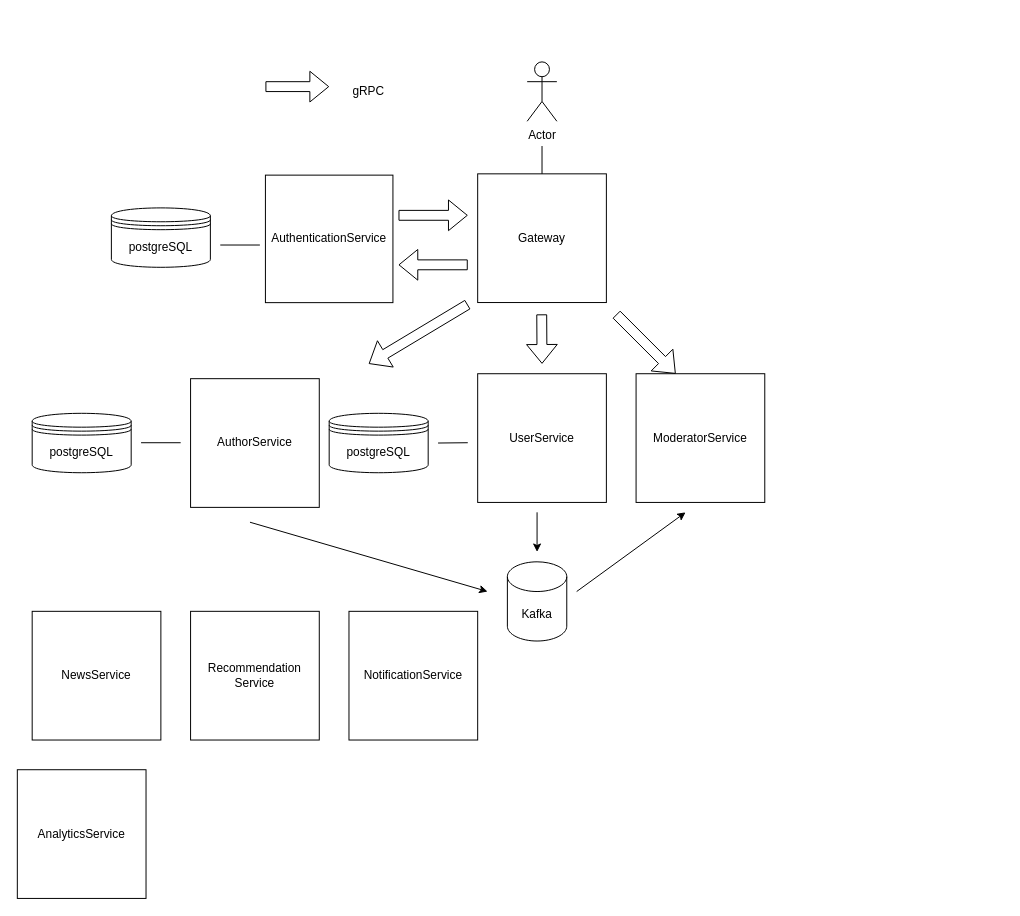
This is diagram.drawio from FreeLibraryApplication/description, a draw.io file, before an edit. Source tidied: cells renumbered, new cells numbered last; positions are measured from the earlier drawing's top-left corner, leaving out a move shared by most shapes. Both pictures are drawn from the tidied source at 99%, with x=0, y=0 at pixel (17, 61).
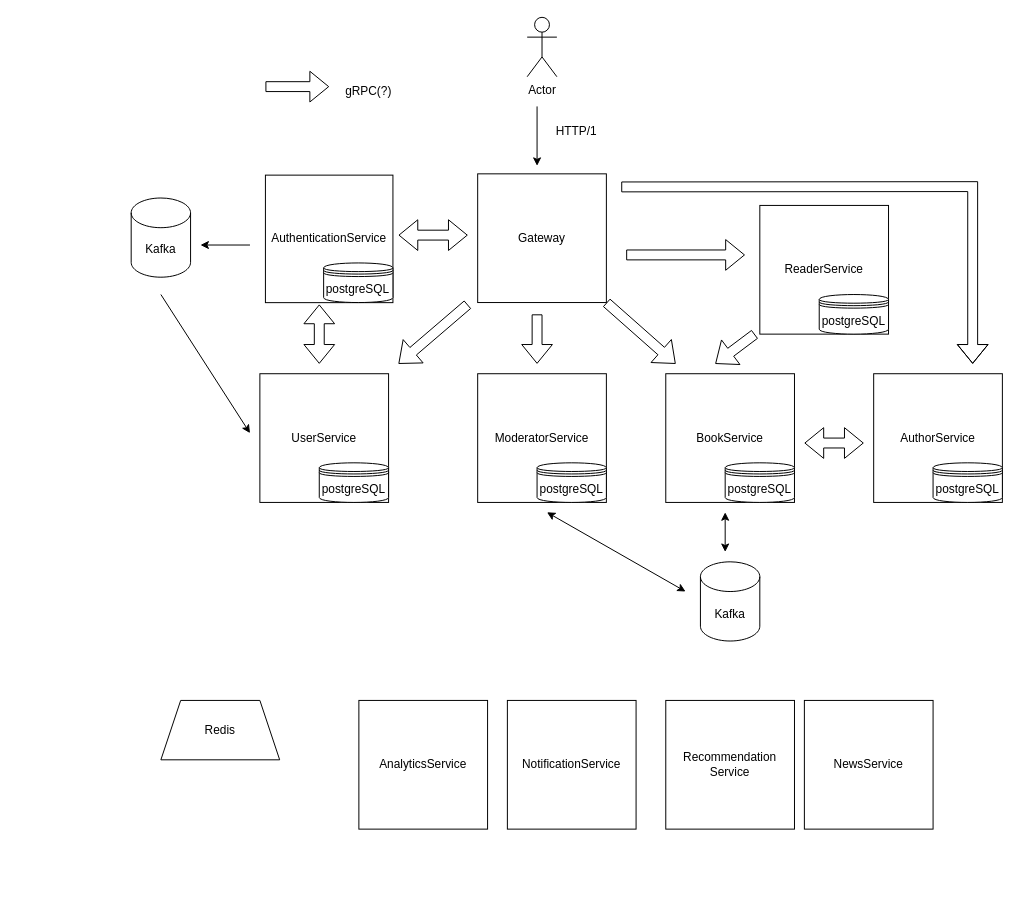
The same diagram, later.

Unchanged cells that the change refers to:
```xml
<mxCell id="2" value="Gateway" style="whiteSpace=wrap;html=1;" parent="1" vertex="1">
  <mxGeometry x="465" y="113.1" width="130" height="130" as="geometry" />
</mxCell>
```

Diff of the diagram source:
```diff
@@
-    <mxCell id="5" style="shape=flexArrow;endArrow=classic;html=1;rounded=0;" parent="1" edge="1">
-      <mxGeometry relative="1" as="geometry">
-        <mxPoint x="455" y="205" as="sourcePoint" />
-        <mxPoint x="385" y="205" as="targetPoint" />
-      </mxGeometry>
-    </mxCell>
-    <mxCell id="6" style="shape=flexArrow;endArrow=classic;html=1;rounded=0;" parent="1" edge="1">
-      <mxGeometry relative="1" as="geometry">
-        <mxPoint x="385" y="155" as="sourcePoint" />
-        <mxPoint x="455" y="155" as="targetPoint" />
-      </mxGeometry>
-    </mxCell>
@@
-    <mxCell id="8" value="gRPC" style="text;html=1;align=center;verticalAlign=middle;whiteSpace=wrap;rounded=0;" parent="1" vertex="1">
+    <mxCell id="8" value="gRPC(?)" style="text;html=1;align=center;verticalAlign=middle;whiteSpace=wrap;rounded=0;" parent="1" vertex="1">
       <mxGeometry x="325" y="15" width="60" height="30" as="geometry" />
     </mxCell>
     <mxCell id="9" value="UserService" style="whiteSpace=wrap;html=1;" parent="1" vertex="1">
-      <mxGeometry x="465" y="315" width="130" height="130" as="geometry" />
+      <mxGeometry x="245" y="315" width="130" height="130" as="geometry" />
     </mxCell>
-    <mxCell id="10" value="postgreSQL" style="shape=datastore;whiteSpace=wrap;html=1;" parent="1" vertex="1">
-      <mxGeometry x="95" y="147.5" width="100" height="60" as="geometry" />
-    </mxCell>
-    <mxCell id="11" style="endArrow=none;html=1;rounded=0;" parent="1" edge="1">
-      <mxGeometry relative="1" as="geometry">
-        <mxPoint x="205" y="185" as="sourcePoint" />
-        <mxPoint x="245" y="185" as="targetPoint" />
-      </mxGeometry>
-    </mxCell>
     <mxCell id="12" value="AuthorService" style="whiteSpace=wrap;html=1;" parent="1" vertex="1">
-      <mxGeometry x="175" y="320" width="130" height="130" as="geometry" />
+      <mxGeometry x="865" y="315" width="130" height="130" as="geometry" />
     </mxCell>
     <mxCell id="13" value="ModeratorService" style="whiteSpace=wrap;html=1;" parent="1" vertex="1">
-      <mxGeometry x="625" y="315" width="130" height="130" as="geometry" />
+      <mxGeometry x="465" y="315" width="130" height="130" as="geometry" />
     </mxCell>
     <mxCell id="14" value="Actor" style="shape=umlActor;verticalLabelPosition=bottom;verticalAlign=top;html=1;" parent="1" vertex="1">
-      <mxGeometry x="515" width="30" height="60" as="geometry" />
+      <mxGeometry x="515" y="-45" width="30" height="60" as="geometry" />
     </mxCell>
-    <mxCell id="15" style="endArrow=none;html=1;rounded=0;exitX=0.5;exitY=0;exitDx=0;exitDy=0;" parent="1" edge="1" source="2">
-      <mxGeometry relative="1" as="geometry">
-        <mxPoint x="530" y="85" as="targetPoint" />
-      </mxGeometry>
-    </mxCell>
-    <mxCell id="16" style="shape=flexArrow;endArrow=classic;html=1;rounded=0;" parent="1" edge="1">
-      <mxGeometry relative="1" as="geometry">
-        <mxPoint x="529.7" y="255" as="sourcePoint" />
-        <mxPoint x="530" y="305" as="targetPoint" />
-      </mxGeometry>
-    </mxCell>
-    <mxCell id="17" style="shape=flexArrow;endArrow=classic;html=1;rounded=0;" parent="1" edge="1">
-      <mxGeometry relative="1" as="geometry">
-        <mxPoint x="455" y="245" as="sourcePoint" />
-        <mxPoint x="355" y="305" as="targetPoint" />
-      </mxGeometry>
-    </mxCell>
-    <mxCell id="18" style="shape=flexArrow;endArrow=classic;html=1;rounded=0;" parent="1" edge="1">
-      <mxGeometry relative="1" as="geometry">
-        <mxPoint x="605" y="255" as="sourcePoint" />
-        <mxPoint x="665" y="315" as="targetPoint" />
-      </mxGeometry>
-    </mxCell>
     <mxCell id="19" value="Kafka" style="shape=cylinder3;whiteSpace=wrap;html=1;boundedLbl=1;backgroundOutline=1;size=15;" parent="1" vertex="1">
-      <mxGeometry x="495" y="505" width="60" height="80" as="geometry" />
+      <mxGeometry x="690" y="505" width="60" height="80" as="geometry" />
     </mxCell>
-    <mxCell id="20" style="endArrow=classic;html=1;rounded=0;" parent="1" edge="1">
-      <mxGeometry relative="1" as="geometry">
-        <mxPoint x="235" y="465" as="sourcePoint" />
-        <mxPoint x="475" y="535" as="targetPoint" />
-      </mxGeometry>
-    </mxCell>
-    <mxCell id="21" style="endArrow=classic;html=1;rounded=0;" parent="1" edge="1">
-      <mxGeometry relative="1" as="geometry">
-        <mxPoint x="525" y="455" as="sourcePoint" />
-        <mxPoint x="525" y="495" as="targetPoint" />
-      </mxGeometry>
-    </mxCell>
-    <mxCell id="22" style="endArrow=classic;html=1;rounded=0;" parent="1" edge="1">
-      <mxGeometry relative="1" as="geometry">
-        <mxPoint x="565" y="535" as="sourcePoint" />
-        <mxPoint x="675" y="455" as="targetPoint" />
-      </mxGeometry>
-    </mxCell>
-    <mxCell id="23" value="postgreSQL" style="shape=datastore;whiteSpace=wrap;html=1;" parent="1" vertex="1">
-      <mxGeometry x="15" y="355" width="100" height="60" as="geometry" />
-    </mxCell>
-    <mxCell id="24" style="endArrow=none;html=1;rounded=0;" parent="1" edge="1">
-      <mxGeometry relative="1" as="geometry">
-        <mxPoint x="125" y="384.7" as="sourcePoint" />
-        <mxPoint x="165" y="384.7" as="targetPoint" />
-      </mxGeometry>
-    </mxCell>
-    <mxCell id="25" value="postgreSQL" style="shape=datastore;whiteSpace=wrap;html=1;" parent="1" vertex="1">
-      <mxGeometry x="315" y="355" width="100" height="60" as="geometry" />
-    </mxCell>
-    <mxCell id="26" style="endArrow=none;html=1;rounded=0;" parent="1" edge="1">
-      <mxGeometry relative="1" as="geometry">
-        <mxPoint x="425" y="385" as="sourcePoint" />
-        <mxPoint x="455" y="384.7" as="targetPoint" />
-      </mxGeometry>
-    </mxCell>
     <mxCell id="27" value="Recommendation&lt;br&gt;Service" style="whiteSpace=wrap;html=1;" parent="1" vertex="1">
-      <mxGeometry x="175" y="555" width="130" height="130" as="geometry" />
+      <mxGeometry x="655" y="645" width="130" height="130" as="geometry" />
     </mxCell>
     <mxCell id="28" value="NewsService" style="whiteSpace=wrap;html=1;" parent="1" vertex="1">
-      <mxGeometry x="15" y="555" width="130" height="130" as="geometry" />
+      <mxGeometry x="795" y="645" width="130" height="130" as="geometry" />
     </mxCell>
     <mxCell id="29" value="NotificationService" style="whiteSpace=wrap;html=1;" parent="1" vertex="1">
-      <mxGeometry x="335" y="555" width="130" height="130" as="geometry" />
+      <mxGeometry x="495" y="645" width="130" height="130" as="geometry" />
     </mxCell>
     <mxCell id="30" value="AnalyticsService" style="whiteSpace=wrap;html=1;" parent="1" vertex="1">
-      <mxGeometry y="715" width="130" height="130" as="geometry" />
+      <mxGeometry x="345" y="645" width="130" height="130" as="geometry" />
     </mxCell>
+    <mxCell id="31" value="postgreSQL" style="shape=datastore;whiteSpace=wrap;html=1;" parent="1" vertex="1">
+      <mxGeometry x="525" y="405" width="70" height="40" as="geometry" />
+    </mxCell>
+    <mxCell id="32" value="postgreSQL" style="shape=datastore;whiteSpace=wrap;html=1;" parent="1" vertex="1">
+      <mxGeometry x="305" y="405" width="70" height="40" as="geometry" />
+    </mxCell>
+    <mxCell id="33" value="postgreSQL" style="shape=datastore;whiteSpace=wrap;html=1;" parent="1" vertex="1">
+      <mxGeometry x="925" y="405" width="70" height="40" as="geometry" />
+    </mxCell>
+    <mxCell id="34" value="postgreSQL" style="shape=datastore;whiteSpace=wrap;html=1;" parent="1" vertex="1">
+      <mxGeometry x="309.4" y="203.1" width="70" height="40" as="geometry" />
+    </mxCell>
+    <mxCell id="35" value="ReaderService" style="whiteSpace=wrap;html=1;" parent="1" vertex="1">
+      <mxGeometry x="750" y="145" width="130" height="130" as="geometry" />
+    </mxCell>
+    <mxCell id="36" value="postgreSQL" style="shape=datastore;whiteSpace=wrap;html=1;" parent="1" vertex="1">
+      <mxGeometry x="810" y="235" width="70" height="40" as="geometry" />
+    </mxCell>
+    <mxCell id="37" value="Redis" style="shape=trapezoid;perimeter=trapezoidPerimeter;whiteSpace=wrap;html=1;fixedSize=1;" parent="1" vertex="1">
+      <mxGeometry x="145" y="645" width="120" height="60" as="geometry" />
+    </mxCell>
+    <mxCell id="38" style="shape=flexArrow;endArrow=classic;html=1;rounded=0;" parent="1" edge="1">
+      <mxGeometry relative="1" as="geometry">
+        <mxPoint x="455" y="245" as="sourcePoint" />
+        <mxPoint x="385" y="305" as="targetPoint" />
+      </mxGeometry>
+    </mxCell>
+    <mxCell id="39" style="endArrow=classic;html=1;rounded=0;" parent="1" edge="1">
+      <mxGeometry relative="1" as="geometry">
+        <mxPoint x="525" y="45" as="sourcePoint" />
+        <mxPoint x="525" y="105" as="targetPoint" />
+      </mxGeometry>
+    </mxCell>
+    <mxCell id="40" value="HTTP/1" style="text;html=1;align=center;verticalAlign=middle;whiteSpace=wrap;rounded=0;" parent="1" vertex="1">
+      <mxGeometry x="535" y="55" width="60" height="30" as="geometry" />
+    </mxCell>
+    <mxCell id="41" style="shape=flexArrow;endArrow=classic;html=1;rounded=0;" parent="1" edge="1">
+      <mxGeometry relative="1" as="geometry">
+        <mxPoint x="525" y="255" as="sourcePoint" />
+        <mxPoint x="525" y="305" as="targetPoint" />
+      </mxGeometry>
+    </mxCell>
+    <mxCell id="42" style="shape=flexArrow;endArrow=classic;html=1;rounded=0;" parent="1" edge="1">
+      <mxGeometry relative="1" as="geometry">
+        <mxPoint x="595" y="243.1" as="sourcePoint" />
+        <mxPoint x="665" y="305" as="targetPoint" />
+      </mxGeometry>
+    </mxCell>
+    <mxCell id="43" style="shape=flexArrow;endArrow=classic;html=1;rounded=0;" parent="1" edge="1">
+      <mxGeometry relative="1" as="geometry">
+        <mxPoint x="615" y="195" as="sourcePoint" />
+        <mxPoint x="735" y="195" as="targetPoint" />
+      </mxGeometry>
+    </mxCell>
+    <mxCell id="44" value="BookService" style="whiteSpace=wrap;html=1;" parent="1" vertex="1">
+      <mxGeometry x="655" y="315" width="130" height="130" as="geometry" />
+    </mxCell>
+    <mxCell id="45" value="postgreSQL" style="shape=datastore;whiteSpace=wrap;html=1;" parent="1" vertex="1">
+      <mxGeometry x="715" y="405" width="70" height="40" as="geometry" />
+    </mxCell>
+    <mxCell id="46" value="Kafka" style="shape=cylinder3;whiteSpace=wrap;html=1;boundedLbl=1;backgroundOutline=1;size=15;" parent="1" vertex="1">
+      <mxGeometry x="115" y="137.5" width="60" height="80" as="geometry" />
+    </mxCell>
+    <mxCell id="47" style="endArrow=classic;html=1;rounded=0;" parent="1" edge="1">
+      <mxGeometry relative="1" as="geometry">
+        <mxPoint x="235" y="185" as="sourcePoint" />
+        <mxPoint x="185" y="185" as="targetPoint" />
+      </mxGeometry>
+    </mxCell>
+    <mxCell id="48" style="endArrow=classic;html=1;rounded=0;" parent="1" edge="1">
+      <mxGeometry relative="1" as="geometry">
+        <mxPoint x="145" y="235" as="sourcePoint" />
+        <mxPoint x="235" y="375" as="targetPoint" />
+      </mxGeometry>
+    </mxCell>
+    <mxCell id="49" style="endArrow=classic;startArrow=classic;html=1;rounded=0;" parent="1" edge="1">
+      <mxGeometry relative="1" as="geometry">
+        <mxPoint x="715" y="495" as="sourcePoint" />
+        <mxPoint x="715" y="455" as="targetPoint" />
+      </mxGeometry>
+    </mxCell>
+    <mxCell id="50" style="endArrow=classic;startArrow=classic;html=1;rounded=0;" parent="1" edge="1">
+      <mxGeometry relative="1" as="geometry">
+        <mxPoint x="535" y="455" as="sourcePoint" />
+        <mxPoint x="675" y="535" as="targetPoint" />
+      </mxGeometry>
+    </mxCell>
+    <mxCell id="51" style="shape=flexArrow;endArrow=classic;startArrow=classic;html=1;rounded=0;" parent="1" edge="1">
+      <mxGeometry relative="1" as="geometry">
+        <mxPoint x="385" y="175" as="sourcePoint" />
+        <mxPoint x="455" y="175" as="targetPoint" />
+      </mxGeometry>
+    </mxCell>
+    <mxCell id="52" style="shape=flexArrow;endArrow=classic;startArrow=classic;html=1;rounded=0;" parent="1" edge="1">
+      <mxGeometry relative="1" as="geometry">
+        <mxPoint x="305" y="305" as="sourcePoint" />
+        <mxPoint x="305" y="245" as="targetPoint" />
+      </mxGeometry>
+    </mxCell>
+    <mxCell id="53" style="shape=flexArrow;endArrow=classic;html=1;rounded=0;" parent="1" edge="1">
+      <mxGeometry relative="1" as="geometry">
+        <mxPoint x="610" y="126.3" as="sourcePoint" />
+        <mxPoint x="965" y="305" as="targetPoint" />
+        <Array as="points">
+          <mxPoint x="965" y="126" />
+        </Array>
+      </mxGeometry>
+    </mxCell>
+    <mxCell id="54" style="shape=flexArrow;endArrow=classic;startArrow=classic;html=1;rounded=0;" parent="1" edge="1">
+      <mxGeometry relative="1" as="geometry">
+        <mxPoint x="795" y="385" as="sourcePoint" />
+        <mxPoint x="855" y="385" as="targetPoint" />
+      </mxGeometry>
+    </mxCell>
+    <mxCell id="55" style="shape=flexArrow;endArrow=classic;html=1;rounded=0;" parent="1" edge="1">
+      <mxGeometry relative="1" as="geometry">
+        <mxPoint x="745" y="275" as="sourcePoint" />
+        <mxPoint x="705" y="305" as="targetPoint" />
+      </mxGeometry>
+    </mxCell>
```
